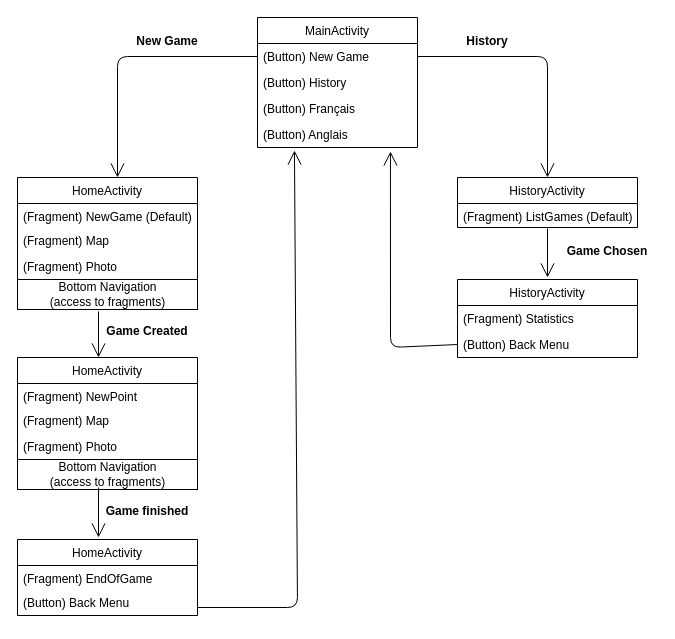
Above: SEM2/MobileProg/PingPong/Untitled Diagram.drawio in VictorQdt/ING_4 (draw.io), before the change. Source tidied: cells renumbered, new cells numbered last; positions are measured from the earlier drawing's top-left corner, leaving out a move shared by most shapes. Both pictures are drawn from the tidied source at 100%, with x=0, y=0 at pixel (17, 17).
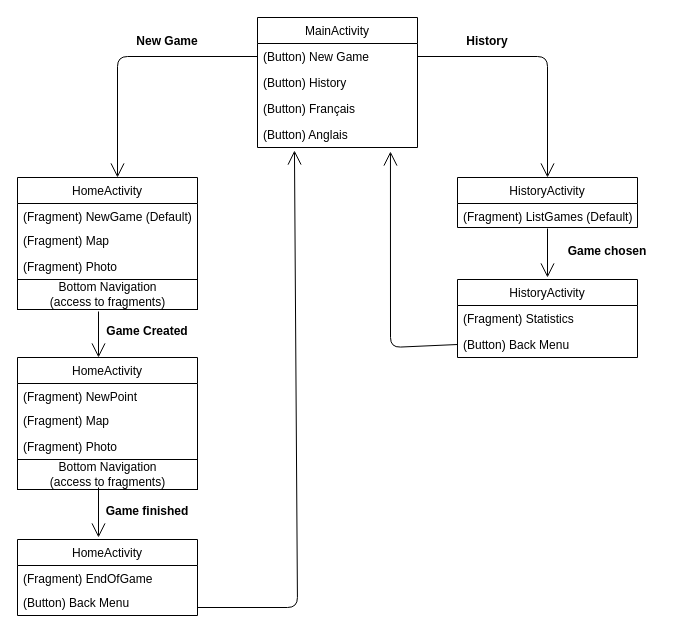
Above is the later version.

Commit message:
Front-End Diagram.drawio

Change to the diagram source:
```diff
@@
-    <mxCell id="33" value="Game Chosen" style="text;align=center;fontStyle=1;verticalAlign=middle;spacingLeft=3;spacingRight=3;strokeColor=none;" parent="1" vertex="1">
+    <mxCell id="33" value="Game chosen" style="text;align=center;fontStyle=1;verticalAlign=middle;spacingLeft=3;spacingRight=3;strokeColor=none;" parent="1" vertex="1">
       <mxGeometry x="540" y="220" width="100" height="26" as="geometry" />
     </mxCell>
```
